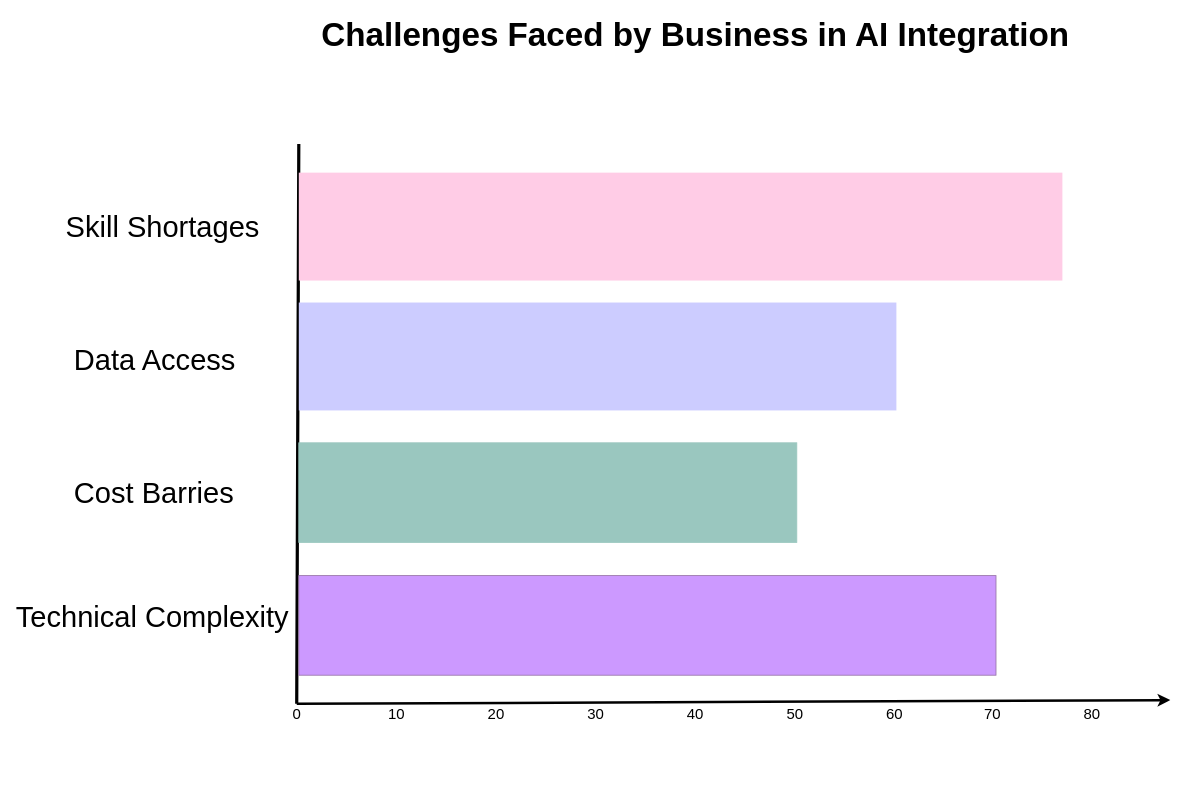
Above: page "Page-1" (2 of 2) of Untitled Diagram.drawio in blackoutdays/AndroidEXAM-AruzhanSanzhar- (draw.io), before the change. Source tidied: cells renumbered, new cells numbered last; positions are measured from the earlier drawing's top-left corner, leaving out a move shared by most shapes. Both pictures are drawn from the tidied source at 83%, with x=0, y=0 at pixel (14, 17).
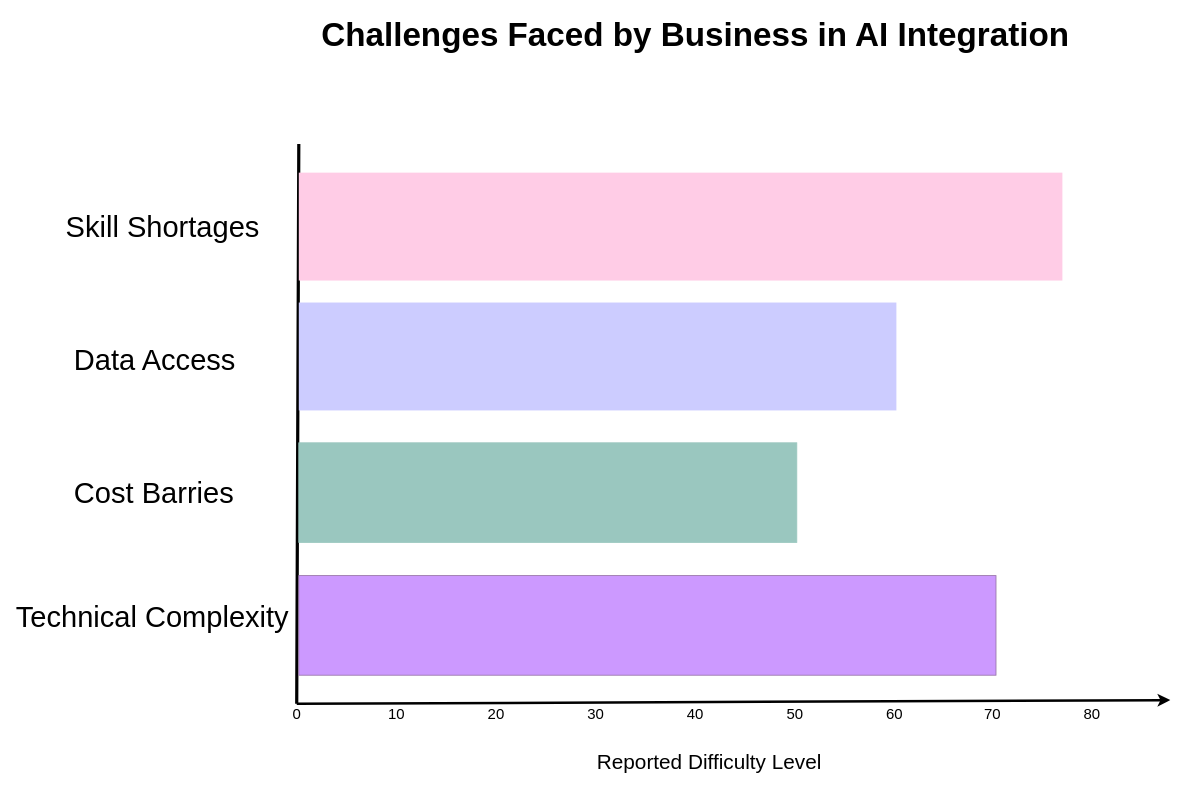
After the change.

What changed in the source:
```diff
@@
+    <mxCell id="22" value="Reported Difficulty Level" style="text;spacingTop=-5;html=1;fontSize=25;" parent="1" vertex="1">
+      <mxGeometry x="700" y="880" width="270" height="20" as="geometry" />
+    </mxCell>
```
